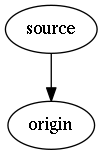
The Graphviz diagram maps/demo.2.png in graphviz-perl/GraphViz2, before a commit. Its source is kept beside it as maps/demo.2.gv.
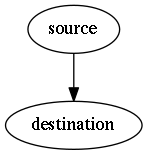
After the change.

Diff of the diagram source:
```diff
@@ -4,5 +4,5 @@
 
 	URL = "http://savage.net.au/maps/demo.2.1.html";
 	source [URL = "http://savage.net.au/maps/demo.2.2.html"];
-	source -> origin [URL = "/maps/demo.2.3.html"];
+	source -> destination [URL = "/maps/demo.2.3.html"];
 }
```
